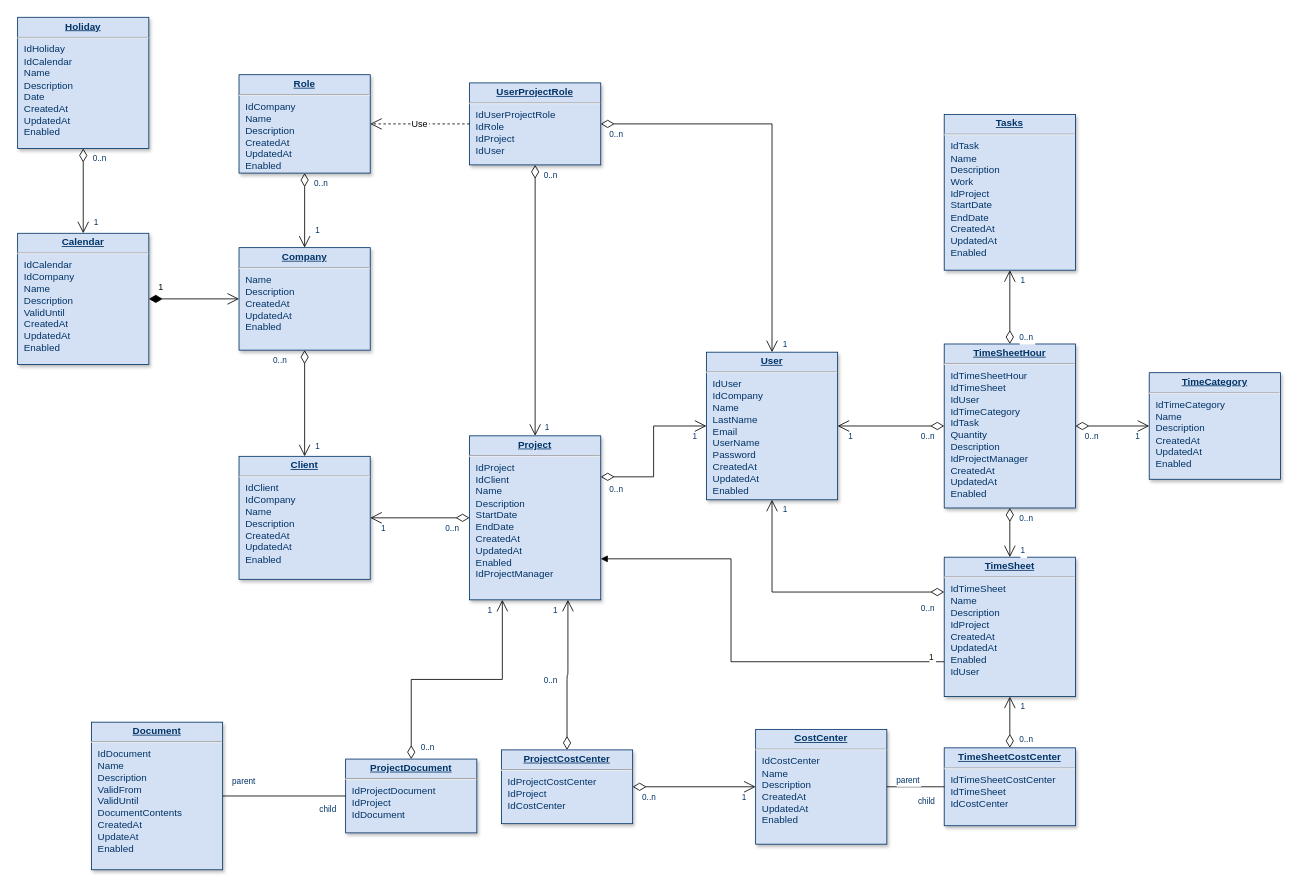
memant/draw keeps this draw.io diagram as Untitled Diagram.drawio. Above is the earlier version. Source tidied: cells renumbered, new cells numbered last; positions are measured from the earlier drawing's top-left corner, leaving out a move shared by most shapes. Both pictures are drawn from the tidied source at 82%, with x=0, y=0 at pixel (17, 17).
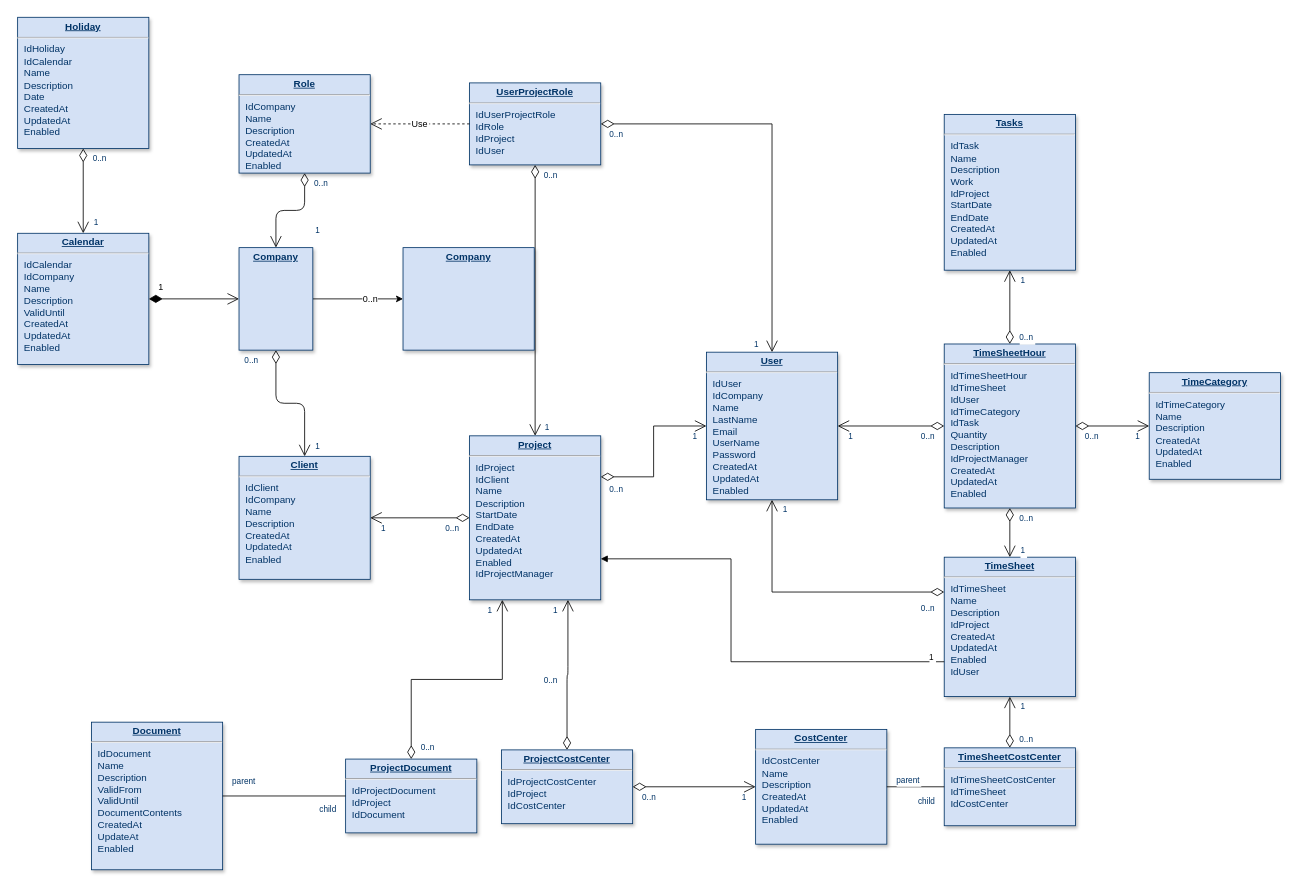
Above is the later version.

Change to the diagram source:
```diff
@@
+    <mxCell id="77" style="edgeStyle=orthogonalEdgeStyle;rounded=0;jettySize=auto;html=1;" parent="1" edge="1" source="3" target="79">
+      <mxGeometry relative="1" as="geometry" />
+    </mxCell>
+    <mxCell id="78" value="0..n&lt;br&gt;" style="edgeLabel;html=1;align=center;verticalAlign=middle;" parent="77" vertex="1">
+      <mxGeometry x="0.25" y="1" relative="1" as="geometry" />
+    </mxCell>
-    <mxCell id="3" value="&lt;p style=&quot;margin: 0px; margin-top: 4px; text-align: center; text-decoration: underline;&quot;&gt;&lt;strong&gt;Company&lt;/strong&gt;&lt;/p&gt;&lt;hr /&gt;&lt;p style=&quot;margin: 0px; margin-left: 8px;&quot;&gt;Name&lt;/p&gt;&lt;p style=&quot;margin: 0px; margin-left: 8px;&quot;&gt;Description&lt;/p&gt;&lt;p style=&quot;margin: 0px; margin-left: 8px;&quot;&gt;CreatedAt&lt;/p&gt;&lt;p style=&quot;margin: 0px; margin-left: 8px;&quot;&gt;UpdatedAt&lt;/p&gt;&lt;p style=&quot;margin: 0px; margin-left: 8px;&quot;&gt;Enabled&lt;/p&gt;" style="verticalAlign=top;align=left;overflow=fill;fontSize=12;fontFamily=Helvetica;html=1;strokeColor=#003366;shadow=1;fillColor=#D4E1F5;fontColor=#003366;" parent="1" vertex="1">
-      <mxGeometry x="270" y="280.5" width="160" height="125" as="geometry" />
+    <mxCell id="3" value="&lt;p style=&quot;margin: 0px ; margin-top: 4px ; text-align: center ; text-decoration: underline&quot;&gt;&lt;strong&gt;Company&lt;/strong&gt;&lt;/p&gt;" style="verticalAlign=top;align=left;overflow=fill;fontSize=12;fontFamily=Helvetica;html=1;strokeColor=#003366;shadow=1;fillColor=#D4E1F5;fontColor=#003366;" parent="1" vertex="1">
+      <mxGeometry x="270" y="280.5" width="90" height="125" as="geometry" />
     </mxCell>
@@
+    <mxCell id="79" value="&lt;p style=&quot;margin: 0px ; margin-top: 4px ; text-align: center ; text-decoration: underline&quot;&gt;&lt;strong&gt;Company&lt;/strong&gt;&lt;/p&gt;" style="verticalAlign=top;align=left;overflow=fill;fontSize=12;fontFamily=Helvetica;html=1;strokeColor=#003366;shadow=1;fillColor=#D4E1F5;fontColor=#003366;" parent="1" vertex="1">
+      <mxGeometry x="470" y="280.5" width="160" height="125" as="geometry" />
+    </mxCell>
```
